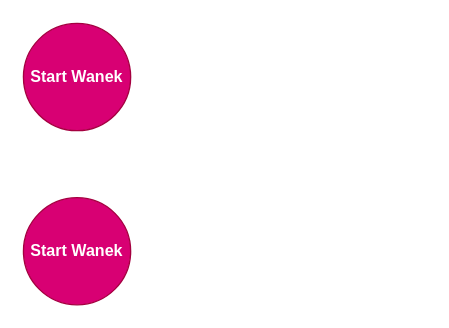
Earlier version of the draw.io diagram Untitled Diagram.drawio (nguyenleduy1996/chatproject). Source tidied: cells renumbered, new cells numbered last; positions are measured from the earlier drawing's top-left corner, leaving out a move shared by most shapes. Both pictures are drawn from the tidied source at 134%, with x=0, y=0 at pixel (23, 23).
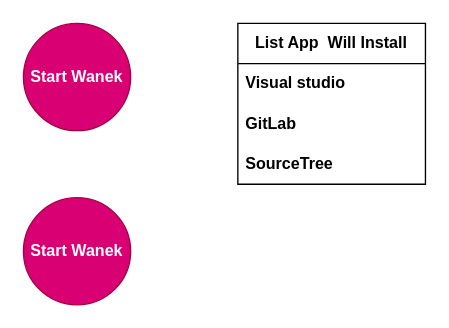
The same diagram, later.

Change to the diagram source:
```diff
@@
 <mxGraphModel>
   <root>
     <mxCell id="0" />
     <mxCell id="1" parent="0" />
     <mxCell id="2" value="&lt;b&gt;Start Wanek&lt;/b&gt;" style="ellipse;whiteSpace=wrap;html=1;fillColor=#d80073;fontColor=#ffffff;strokeColor=#A50040;" parent="1" vertex="1">
       <mxGeometry width="80" height="80" as="geometry" />
     </mxCell>
     <mxCell id="3" value="&lt;b&gt;Start Wanek&lt;/b&gt;" style="ellipse;whiteSpace=wrap;html=1;fillColor=#d80073;fontColor=#ffffff;strokeColor=#A50040;" parent="1" vertex="1">
       <mxGeometry y="130" width="80" height="80" as="geometry" />
     </mxCell>
+    <mxCell id="4" value="List App&amp;nbsp; Will Install" style="swimlane;fontStyle=1;horizontal=1;startSize=30;whiteSpace=wrap;html=1;" parent="1" vertex="1">
+      <mxGeometry x="160" width="140" height="120" as="geometry" />
+    </mxCell>
+    <mxCell id="5" value="Visual studio&amp;nbsp;" style="text;strokeColor=none;fillColor=none;align=left;verticalAlign=middle;spacingLeft=4;spacingRight=4;overflow=hidden;whiteSpace=wrap;html=1;fontStyle=1;" parent="4" vertex="1">
+      <mxGeometry y="30" width="140" height="30" as="geometry" />
+    </mxCell>
+    <mxCell id="6" value="GitLab" style="text;strokeColor=none;fillColor=none;align=left;verticalAlign=middle;spacingLeft=4;spacingRight=4;overflow=hidden;whiteSpace=wrap;html=1;fontStyle=1;" parent="4" vertex="1">
+      <mxGeometry y="60" width="140" height="30" as="geometry" />
+    </mxCell>
+    <mxCell id="7" value="SourceTree" style="text;strokeColor=none;fillColor=none;align=left;verticalAlign=middle;spacingLeft=4;spacingRight=4;overflow=hidden;whiteSpace=wrap;html=1;fontStyle=1;" parent="4" vertex="1">
+      <mxGeometry y="90" width="140" height="30" as="geometry" />
+    </mxCell>
   </root>
 </mxGraphModel>
```
